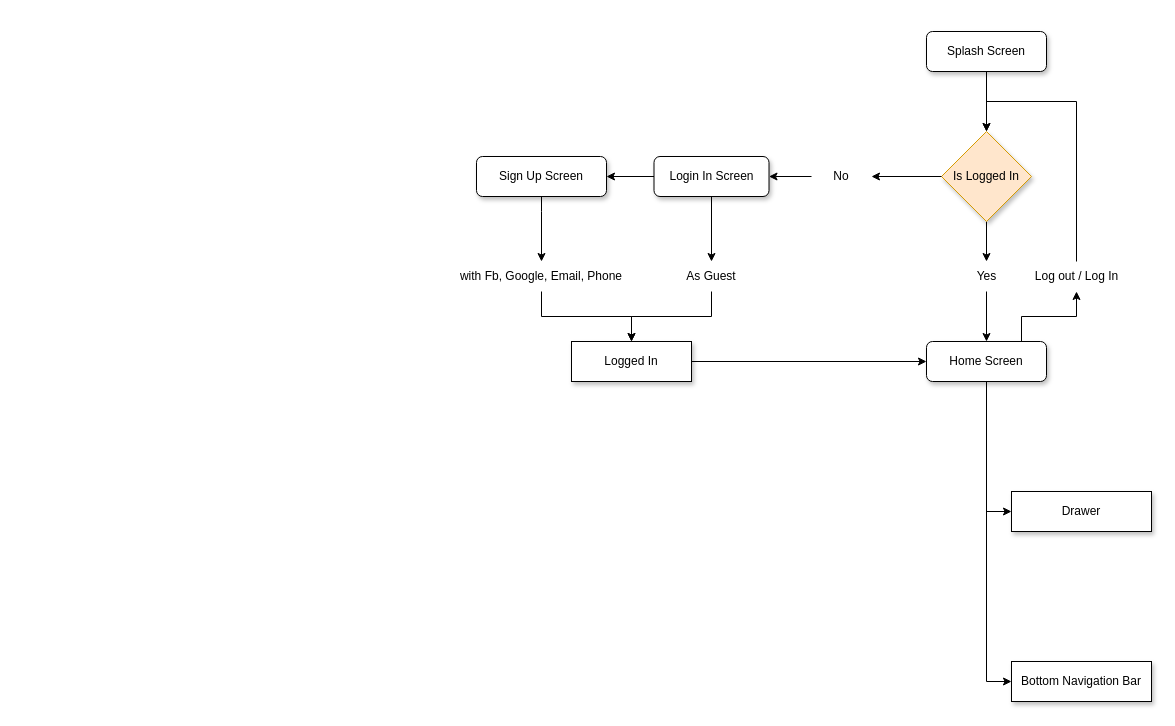
This is book_app.drawio from yarith126/storage, a draw.io file, before an edit. Source tidied: cells renumbered, new cells numbered last; positions are measured from the earlier drawing's top-left corner, leaving out a move shared by most shapes. Both pictures are drawn from the tidied source at 100%, with x=0, y=0 at pixel (451, 31).
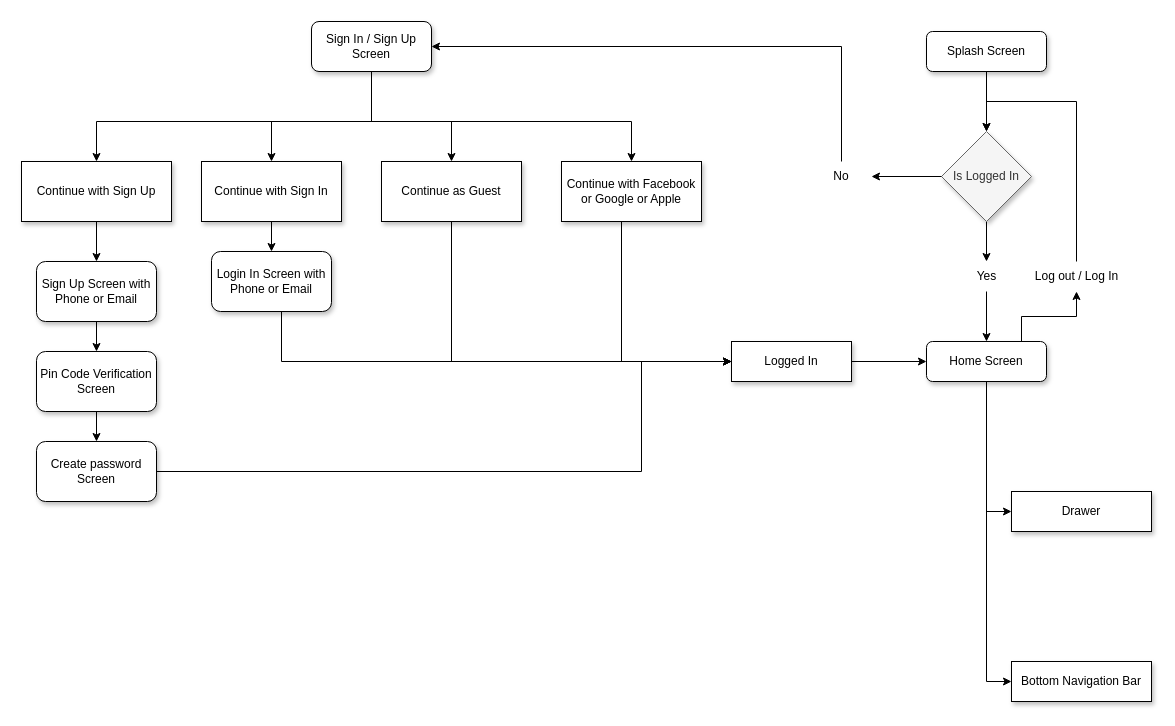
The same page after the edit.

The change refers to these unchanged cells:
```xml
<mxCell id="13" value="No" style="text;html=1;strokeColor=none;fillColor=none;align=center;verticalAlign=middle;whiteSpace=wrap;rounded=0;" parent="1" vertex="1">
  <mxGeometry x="360" y="130" width="60" height="30" as="geometry" />
</mxCell>
```

The edit, as a diff of the source:
```diff
@@
-    <mxCell id="5" value="Is Logged In" style="rhombus;whiteSpace=wrap;html=1;shadow=1;fillColor=#ffe6cc;strokeColor=#d79b00;" parent="1" vertex="1">
+    <mxCell id="5" value="Is Logged In" style="rhombus;whiteSpace=wrap;html=1;shadow=1;fillColor=#f5f5f5;strokeColor=#666666;fontColor=#333333;" parent="1" vertex="1">
       <mxGeometry x="490" y="100" width="90" height="90" as="geometry" />
     </mxCell>
-    <mxCell id="6" style="edgeStyle=orthogonalEdgeStyle;rounded=0;jettySize=auto;html=1;" parent="1" edge="1" source="7" target="15">
-      <mxGeometry relative="1" as="geometry">
-        <Array as="points">
-          <mxPoint x="90" y="180" />
-          <mxPoint x="90" y="180" />
-        </Array>
-      </mxGeometry>
-    </mxCell>
+    <mxCell id="30" style="edgeStyle=orthogonalEdgeStyle;rounded=0;jettySize=auto;html=1;" parent="1" edge="1" source="7" target="47">
+      <mxGeometry relative="1" as="geometry" />
+    </mxCell>
-    <mxCell id="7" value="Sign Up Screen" style="rounded=1;whiteSpace=wrap;html=1;shadow=1;" parent="1" vertex="1">
-      <mxGeometry x="25" y="125" width="130" height="40" as="geometry" />
+    <mxCell id="7" value="Sign Up Screen with Phone or Email" style="rounded=1;whiteSpace=wrap;html=1;shadow=1;" parent="1" vertex="1">
+      <mxGeometry x="-415" y="230" width="120" height="60" as="geometry" />
     </mxCell>
-    <mxCell id="8" style="edgeStyle=orthogonalEdgeStyle;rounded=0;jettySize=auto;html=1;" parent="1" edge="1" source="10" target="7">
-      <mxGeometry relative="1" as="geometry" />
-    </mxCell>
-    <mxCell id="9" style="edgeStyle=orthogonalEdgeStyle;rounded=0;jettySize=auto;html=1;" parent="1" edge="1" source="10" target="17">
-      <mxGeometry relative="1" as="geometry" />
-    </mxCell>
+    <mxCell id="31" style="edgeStyle=orthogonalEdgeStyle;rounded=0;jettySize=auto;html=1;entryX=0;entryY=0.5;entryDx=0;entryDy=0;" parent="1" edge="1" source="10" target="23">
+      <mxGeometry relative="1" as="geometry">
+        <Array as="points">
+          <mxPoint x="-170" y="330" />
+        </Array>
+      </mxGeometry>
+    </mxCell>
-    <mxCell id="10" value="Login In Screen" style="rounded=1;whiteSpace=wrap;html=1;shadow=1;" parent="1" vertex="1">
-      <mxGeometry x="202.5" y="125" width="115" height="40" as="geometry" />
+    <mxCell id="10" value="Login In Screen with Phone or Email" style="rounded=1;whiteSpace=wrap;html=1;shadow=1;" parent="1" vertex="1">
+      <mxGeometry x="-240" y="220" width="120" height="60" as="geometry" />
     </mxCell>
@@
-    <mxCell id="12" style="edgeStyle=orthogonalEdgeStyle;rounded=0;jettySize=auto;html=1;" parent="1" edge="1" source="13" target="10">
-      <mxGeometry relative="1" as="geometry" />
-    </mxCell>
+    <mxCell id="32" style="edgeStyle=orthogonalEdgeStyle;rounded=0;jettySize=auto;html=1;entryX=1;entryY=0.5;entryDx=0;entryDy=0;" parent="1" edge="1" source="13" target="37">
+      <mxGeometry relative="1" as="geometry">
+        <Array as="points">
+          <mxPoint x="390" y="15" />
+        </Array>
+      </mxGeometry>
+    </mxCell>
@@
-    <mxCell id="14" style="edgeStyle=orthogonalEdgeStyle;rounded=0;jettySize=auto;html=1;" parent="1" edge="1" source="15" target="23">
-      <mxGeometry relative="1" as="geometry" />
-    </mxCell>
-    <mxCell id="15" value="with Fb, Google, Email, Phone" style="text;html=1;strokeColor=none;fillColor=none;align=center;verticalAlign=middle;whiteSpace=wrap;rounded=0;" parent="1" vertex="1">
-      <mxGeometry y="230" width="180" height="30" as="geometry" />
-    </mxCell>
-    <mxCell id="16" style="edgeStyle=orthogonalEdgeStyle;rounded=0;jettySize=auto;html=1;" parent="1" edge="1" source="17" target="23">
-      <mxGeometry relative="1" as="geometry" />
-    </mxCell>
-    <mxCell id="17" value="As Guest" style="text;html=1;strokeColor=none;fillColor=none;align=center;verticalAlign=middle;whiteSpace=wrap;rounded=0;" parent="1" vertex="1">
-      <mxGeometry x="230" y="230" width="60" height="30" as="geometry" />
-    </mxCell>
@@
     <mxCell id="23" value="Logged In" style="whiteSpace=wrap;html=1;shadow=1;" parent="1" vertex="1">
-      <mxGeometry x="120" y="310" width="120" height="40" as="geometry" />
+      <mxGeometry x="280" y="310" width="120" height="40" as="geometry" />
     </mxCell>
@@
+    <mxCell id="33" style="edgeStyle=orthogonalEdgeStyle;rounded=0;jettySize=auto;html=1;entryX=0.5;entryY=0;entryDx=0;entryDy=0;" parent="1" edge="1" source="37" target="43">
+      <mxGeometry relative="1" as="geometry">
+        <Array as="points">
+          <mxPoint x="-80" y="90" />
+          <mxPoint x="-355" y="90" />
+        </Array>
+      </mxGeometry>
+    </mxCell>
+    <mxCell id="34" style="edgeStyle=orthogonalEdgeStyle;rounded=0;jettySize=auto;html=1;entryX=0.5;entryY=0;entryDx=0;entryDy=0;" parent="1" edge="1" source="37" target="45">
+      <mxGeometry relative="1" as="geometry">
+        <Array as="points">
+          <mxPoint x="-80" y="90" />
+          <mxPoint x="-180" y="90" />
+        </Array>
+      </mxGeometry>
+    </mxCell>
+    <mxCell id="35" style="edgeStyle=orthogonalEdgeStyle;rounded=0;jettySize=auto;html=1;" parent="1" edge="1" source="37" target="41">
+      <mxGeometry relative="1" as="geometry">
+        <Array as="points">
+          <mxPoint x="-80" y="90" />
+          <mxPoint y="90" />
+        </Array>
+      </mxGeometry>
+    </mxCell>
+    <mxCell id="36" style="edgeStyle=orthogonalEdgeStyle;rounded=0;jettySize=auto;html=1;entryX=0.5;entryY=0;entryDx=0;entryDy=0;" parent="1" edge="1" source="37" target="39">
+      <mxGeometry relative="1" as="geometry">
+        <Array as="points">
+          <mxPoint x="-80" y="90" />
+          <mxPoint x="180" y="90" />
+        </Array>
+      </mxGeometry>
+    </mxCell>
+    <mxCell id="37" value="Sign In / Sign Up&lt;br&gt;Screen" style="rounded=1;whiteSpace=wrap;html=1;shadow=1;" parent="1" vertex="1">
+      <mxGeometry x="-140" y="-10" width="120" height="50" as="geometry" />
+    </mxCell>
+    <mxCell id="38" style="edgeStyle=orthogonalEdgeStyle;rounded=0;jettySize=auto;html=1;entryX=0;entryY=0.5;entryDx=0;entryDy=0;" parent="1" edge="1" source="39" target="23">
+      <mxGeometry relative="1" as="geometry">
+        <Array as="points">
+          <mxPoint x="170" y="330" />
+        </Array>
+      </mxGeometry>
+    </mxCell>
+    <mxCell id="39" value="Continue with Facebook or Google or Apple" style="whiteSpace=wrap;html=1;shadow=1;" parent="1" vertex="1">
+      <mxGeometry x="110" y="130" width="140" height="60" as="geometry" />
+    </mxCell>
+    <mxCell id="40" style="edgeStyle=orthogonalEdgeStyle;rounded=0;jettySize=auto;html=1;entryX=0;entryY=0.5;entryDx=0;entryDy=0;" parent="1" edge="1" source="41" target="23">
+      <mxGeometry relative="1" as="geometry">
+        <Array as="points">
+          <mxPoint y="330" />
+        </Array>
+      </mxGeometry>
+    </mxCell>
+    <mxCell id="41" value="Continue as Guest" style="whiteSpace=wrap;html=1;shadow=1;" parent="1" vertex="1">
+      <mxGeometry x="-70" y="130" width="140" height="60" as="geometry" />
+    </mxCell>
+    <mxCell id="42" style="edgeStyle=orthogonalEdgeStyle;rounded=0;jettySize=auto;html=1;" parent="1" edge="1" source="43" target="7">
+      <mxGeometry relative="1" as="geometry" />
+    </mxCell>
+    <mxCell id="43" value="Continue with Sign Up" style="whiteSpace=wrap;html=1;shadow=1;" parent="1" vertex="1">
+      <mxGeometry x="-430" y="130" width="150" height="60" as="geometry" />
+    </mxCell>
+    <mxCell id="44" style="edgeStyle=orthogonalEdgeStyle;rounded=0;jettySize=auto;html=1;" parent="1" edge="1" source="45" target="10">
+      <mxGeometry relative="1" as="geometry" />
+    </mxCell>
+    <mxCell id="45" value="Continue with Sign In" style="whiteSpace=wrap;html=1;shadow=1;" parent="1" vertex="1">
+      <mxGeometry x="-250" y="130" width="140" height="60" as="geometry" />
+    </mxCell>
+    <mxCell id="46" style="edgeStyle=orthogonalEdgeStyle;rounded=0;jettySize=auto;html=1;" parent="1" edge="1" source="47" target="49">
+      <mxGeometry relative="1" as="geometry" />
+    </mxCell>
+    <mxCell id="47" value="Pin Code Verification Screen" style="rounded=1;whiteSpace=wrap;html=1;shadow=1;" parent="1" vertex="1">
+      <mxGeometry x="-415" y="320" width="120" height="60" as="geometry" />
+    </mxCell>
+    <mxCell id="48" style="edgeStyle=orthogonalEdgeStyle;rounded=0;jettySize=auto;html=1;entryX=0;entryY=0.5;entryDx=0;entryDy=0;" parent="1" edge="1" source="49" target="23">
+      <mxGeometry relative="1" as="geometry">
+        <Array as="points">
+          <mxPoint x="190" y="440" />
+          <mxPoint x="190" y="330" />
+        </Array>
+      </mxGeometry>
+    </mxCell>
+    <mxCell id="49" value="Create password Screen" style="rounded=1;whiteSpace=wrap;html=1;shadow=1;" parent="1" vertex="1">
+      <mxGeometry x="-415" y="410" width="120" height="60" as="geometry" />
+    </mxCell>
```
